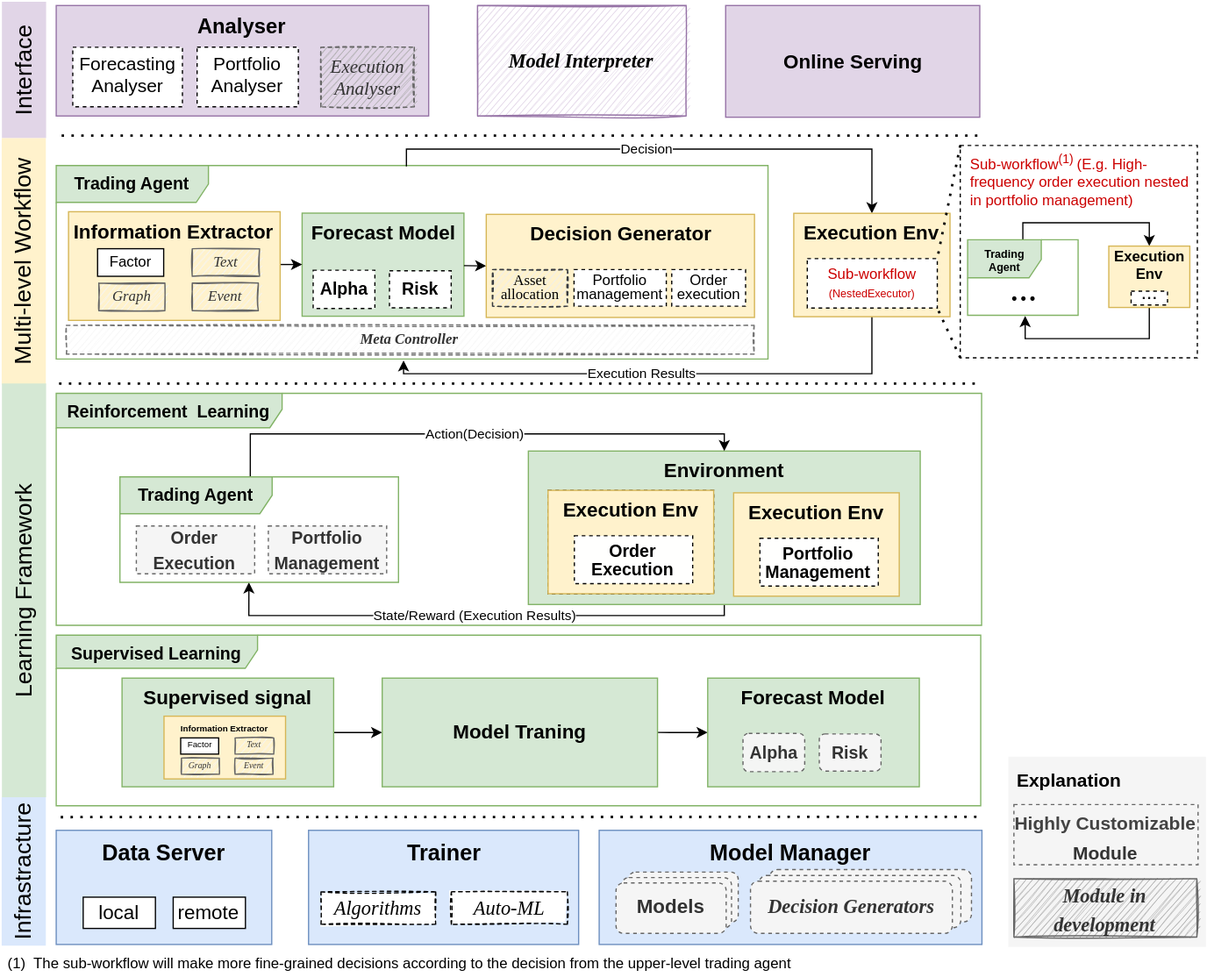
Above: docs/_static/img/framework.svg in microsoft/qlib (draw.io), before the change. Source tidied: cells renumbered, new cells last; positions are measured from the earlier drawing's top-left corner, leaving out a move shared by most shapes.
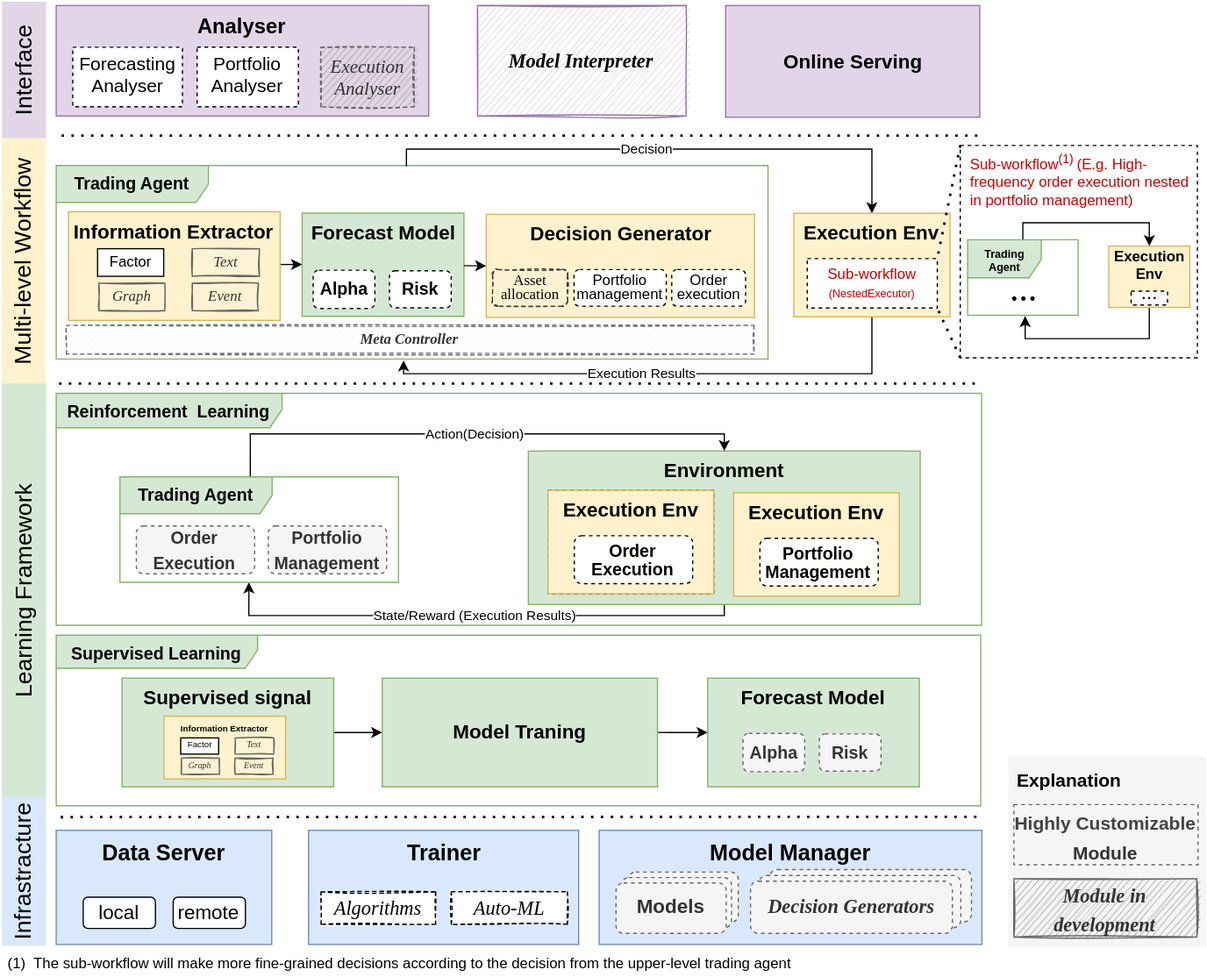
After the change.

Change to the diagram source:
```diff
@@ -81,19 +81,19 @@
     <mxCell id="24" value="&lt;font style=&quot;font-size: 12px;&quot;&gt;&lt;span style=&quot;font-size: 12px;&quot;&gt;Text&lt;/span&gt;&lt;/font&gt;" style="rounded=0;whiteSpace=wrap;html=1;fontFamily=Comic Sans MS;sketch=1;fontSize=12;fillColor=#f5f5f5;strokeColor=#666666;fontColor=#333333;fontStyle=2;" parent="1" vertex="1">
       <mxGeometry x="155" y="201.1" width="54.8" height="22.5" as="geometry" />
     </mxCell>
-    <mxCell id="25" value="&lt;b style=&quot;font-size: 14px ; line-height: 100%&quot;&gt;Risk&lt;br&gt;&lt;/b&gt;" style="rounded=0;whiteSpace=wrap;html=1;dashed=1;fontSize=10;fontFamily=Helvetica;fillColor=default;strokeColor=default;fontColor=default;spacingBottom=0;spacing=-3;" parent="1" vertex="1">
+    <mxCell id="25" value="&lt;b style=&quot;font-size: 14px ; line-height: 100%&quot;&gt;Risk&lt;br&gt;&lt;/b&gt;" style="rounded=1;whiteSpace=wrap;html=1;dashed=1;fontSize=10;fontFamily=Helvetica;fillColor=default;strokeColor=default;fontColor=default;spacingBottom=0;spacing=-3;glass=0;" parent="1" vertex="1">
       <mxGeometry x="315.7" y="219.1" width="50.3" height="30.2" as="geometry" />
     </mxCell>
-    <mxCell id="26" value="&lt;b style=&quot;font-size: 14px&quot;&gt;Alpha&lt;br&gt;&lt;/b&gt;" style="rounded=0;whiteSpace=wrap;html=1;dashed=1;fontSize=10;fontFamily=Helvetica;fillColor=default;strokeColor=default;fontColor=default;opacity=99;spacingBottom=0;spacing=-3;" parent="1" vertex="1">
+    <mxCell id="26" value="&lt;b style=&quot;font-size: 14px&quot;&gt;Alpha&lt;br&gt;&lt;/b&gt;" style="rounded=1;whiteSpace=wrap;html=1;dashed=1;fontSize=10;fontFamily=Helvetica;fillColor=default;strokeColor=default;fontColor=default;opacity=99;spacingBottom=0;spacing=-3;" parent="1" vertex="1">
       <mxGeometry x="253.5" y="218.6" width="50.3" height="31.2" as="geometry" />
     </mxCell>
     <mxCell id="27" value="&lt;b style=&quot;font-size: 18px&quot;&gt;Data Server&lt;br style=&quot;font-size: 18px&quot;&gt;&lt;/b&gt;" style="rounded=0;whiteSpace=wrap;html=1;fillColor=#dae8fc;strokeColor=#6c8ebf;verticalAlign=top;spacingTop=0;fontSize=18;fontFamily=Helvetica;spacing=4;" parent="1" vertex="1">
       <mxGeometry x="44.2" y="675" width="175.6" height="93" as="geometry" />
     </mxCell>
-    <mxCell id="28" value="&lt;font style=&quot;font-size: 16px&quot;&gt;local&lt;/font&gt;" style="rounded=0;whiteSpace=wrap;html=1;fontFamily=Helvetica;fontSize=16;" parent="1" vertex="1">
+    <mxCell id="28" value="&lt;font style=&quot;font-size: 16px&quot;&gt;local&lt;/font&gt;" style="rounded=1;whiteSpace=wrap;html=1;fontFamily=Helvetica;fontSize=16;" parent="1" vertex="1">
       <mxGeometry x="66.2" y="729.5" width="58.8" height="25.5" as="geometry" />
     </mxCell>
-    <mxCell id="29" value="&lt;font style=&quot;font-size: 16px&quot;&gt;remote&lt;/font&gt;" style="rounded=0;whiteSpace=wrap;html=1;fontFamily=Helvetica;fontSize=16;" parent="1" vertex="1">
+    <mxCell id="29" value="&lt;font style=&quot;font-size: 16px&quot;&gt;remote&lt;/font&gt;" style="rounded=1;whiteSpace=wrap;html=1;fontFamily=Helvetica;fontSize=16;" parent="1" vertex="1">
       <mxGeometry x="139.5" y="729.5" width="58.8" height="25.5" as="geometry" />
     </mxCell>
     <mxCell id="30" style="group;" parent="1" vertex="1">
@@ -141,7 +141,7 @@
     <mxCell id="44" value="&lt;b style=&quot;font-size: 16px&quot;&gt;Decision Generator&lt;br&gt;&lt;/b&gt;" style="rounded=0;whiteSpace=wrap;html=1;fillColor=#fff2cc;strokeColor=#d6b656;verticalAlign=top;spacingTop=0;fontFamily=Helvetica;" parent="1" vertex="1">
       <mxGeometry x="394.5" y="173.1" width="218.5" height="84" as="geometry" />
     </mxCell>
-    <mxCell id="45" value="&lt;span&gt;&lt;font style=&quot;line-height: 0% ; font-size: 12px&quot;&gt;Order execution&lt;br style=&quot;font-size: 10px&quot;&gt;&lt;/font&gt;&lt;/span&gt;" style="rounded=0;whiteSpace=wrap;html=1;spacingBottom=0;spacing=-3;verticalAlign=middle;fontSize=10;fontFamily=Helvetica;dashed=1;sketch=0;fillColor=default;strokeColor=default;" parent="1" vertex="1">
+    <mxCell id="45" value="&lt;span&gt;&lt;font style=&quot;line-height: 0% ; font-size: 12px&quot;&gt;Order execution&lt;br style=&quot;font-size: 10px&quot;&gt;&lt;/font&gt;&lt;/span&gt;" style="rounded=1;whiteSpace=wrap;html=1;spacingBottom=0;spacing=-3;verticalAlign=middle;fontSize=10;fontFamily=Helvetica;dashed=1;sketch=0;fillColor=default;strokeColor=default;" parent="1" vertex="1">
       <mxGeometry x="545.6" y="218.1" width="60.2" height="29.9" as="geometry" />
     </mxCell>
     <mxCell id="46" value="Execution Results" style="edgeStyle=elbowEdgeStyle;rounded=0;jettySize=auto;elbow=vertical;html=1;entryX=0.488;entryY=1.007;entryDx=0;entryDy=0;entryPerimeter=0;" parent="1" edge="1" source="47" target="4">
@@ -205,10 +205,10 @@
     <mxCell id="61" value="&lt;span&gt;(1)&amp;nbsp; The sub-workflow will make more f&lt;/span&gt;ine-grained decisions according to the decision from the upper-level trading agent" style="text;html=1;strokeColor=none;fillColor=none;align=left;verticalAlign=middle;whiteSpace=wrap;rounded=0;" parent="1" vertex="1">
       <mxGeometry x="2.7" y="774" width="967" height="20" as="geometry" />
     </mxCell>
-    <mxCell id="62" value="&lt;span&gt;&lt;font style=&quot;line-height: 0% ; font-size: 12px&quot;&gt;Portfolio management&lt;br style=&quot;font-size: 10px&quot;&gt;&lt;/font&gt;&lt;/span&gt;" style="rounded=0;whiteSpace=wrap;html=1;spacingBottom=0;spacing=-3;verticalAlign=middle;fontSize=10;fontFamily=Helvetica;dashed=1;" parent="1" vertex="1">
+    <mxCell id="62" value="&lt;span&gt;&lt;font style=&quot;line-height: 0% ; font-size: 12px&quot;&gt;Portfolio management&lt;br style=&quot;font-size: 10px&quot;&gt;&lt;/font&gt;&lt;/span&gt;" style="rounded=1;whiteSpace=wrap;html=1;spacingBottom=0;spacing=-3;verticalAlign=middle;fontSize=10;fontFamily=Helvetica;dashed=1;" parent="1" vertex="1">
       <mxGeometry x="466" y="218.1" width="75.2" height="29.9" as="geometry" />
     </mxCell>
-    <mxCell id="63" value="&lt;span&gt;&lt;font style=&quot;line-height: 0% ; font-size: 12px&quot;&gt;Asset allocation&lt;br style=&quot;font-size: 10px&quot;&gt;&lt;/font&gt;&lt;/span&gt;" style="rounded=0;whiteSpace=wrap;html=1;spacingBottom=0;spacing=-3;verticalAlign=middle;fontSize=10;fontFamily=Comic Sans MS;dashed=1;sketch=1;fillColor=#eeeeee;strokeColor=#36393d;" parent="1" vertex="1">
+    <mxCell id="63" value="&lt;span&gt;&lt;font style=&quot;line-height: 0% ; font-size: 12px&quot;&gt;Asset allocation&lt;br style=&quot;font-size: 10px&quot;&gt;&lt;/font&gt;&lt;/span&gt;" style="rounded=1;whiteSpace=wrap;html=1;spacingBottom=0;spacing=-3;verticalAlign=middle;fontSize=10;fontFamily=Comic Sans MS;dashed=1;sketch=1;fillColor=#eeeeee;strokeColor=#36393d;" parent="1" vertex="1">
       <mxGeometry x="399.6" y="218.1" width="61.2" height="29.9" as="geometry" />
     </mxCell>
     <mxCell id="64" value="&lt;b style=&quot;font-size: 9px&quot;&gt;&lt;font style=&quot;font-size: 9px&quot;&gt;Trading&lt;br&gt;Agent&lt;/font&gt;&lt;/b&gt;" style="shape=umlFrame;whiteSpace=wrap;html=1;fillColor=#d5e8d4;rounded=0;fontSize=9;strokeColor=#82b366;verticalAlign=top;spacingTop=0;width=60;height=31;" parent="1" vertex="1">
@@ -290,7 +290,7 @@
     <mxCell id="85" value="&lt;b&gt;&lt;font style=&quot;font-size: 16px&quot;&gt;Execution Env&lt;/font&gt;&lt;/b&gt;" style="rounded=0;whiteSpace=wrap;html=1;fillColor=#fff2cc;strokeColor=#d6b656;verticalAlign=top;spacingTop=0;fontFamily=Helvetica;" parent="84" vertex="1">
       <mxGeometry width="134.9" height="84.2" as="geometry" />
     </mxCell>
-    <mxCell id="86" value="&lt;b style=&quot;font-size: 14px; line-height: 1;&quot;&gt;Order Execution&lt;br&gt;&lt;/b&gt;" style="rounded=0;whiteSpace=wrap;html=1;dashed=1;fontSize=10;fontFamily=Helvetica;fillColor=default;strokeColor=default;fontColor=default;opacity=99;spacingBottom=0;spacing=-3;" parent="84" vertex="1">
+    <mxCell id="86" value="&lt;b style=&quot;font-size: 14px; line-height: 1;&quot;&gt;Order Execution&lt;br&gt;&lt;/b&gt;" style="rounded=1;whiteSpace=wrap;html=1;dashed=1;fontSize=10;fontFamily=Helvetica;fillColor=default;strokeColor=default;fontColor=default;opacity=99;spacingBottom=0;spacing=-3;" parent="84" vertex="1">
       <mxGeometry x="21.4" y="37" width="96.4" height="39" as="geometry" />
     </mxCell>
     <mxCell id="87" style="group;" parent="1" vertex="1">
@@ -299,13 +299,13 @@
     <mxCell id="88" value="&lt;b&gt;&lt;font style=&quot;font-size: 16px&quot;&gt;Execution Env&lt;/font&gt;&lt;/b&gt;" style="rounded=0;whiteSpace=wrap;html=1;fillColor=#fff2cc;strokeColor=#d6b656;verticalAlign=top;spacingTop=0;fontFamily=Helvetica;" parent="87" vertex="1">
       <mxGeometry width="134.9" height="84.2" as="geometry" />
     </mxCell>
-    <mxCell id="89" value="&lt;b style=&quot;font-size: 14px; line-height: 1;&quot;&gt;Portfolio Management&lt;br&gt;&lt;/b&gt;" style="rounded=0;whiteSpace=wrap;html=1;dashed=1;fontSize=10;fontFamily=Helvetica;fillColor=default;strokeColor=default;fontColor=default;opacity=99;spacingBottom=0;spacing=-3;" parent="87" vertex="1">
+    <mxCell id="89" value="&lt;b style=&quot;font-size: 14px; line-height: 1;&quot;&gt;Portfolio Management&lt;br&gt;&lt;/b&gt;" style="rounded=1;whiteSpace=wrap;html=1;dashed=1;fontSize=10;fontFamily=Helvetica;fillColor=default;strokeColor=default;fontColor=default;opacity=99;spacingBottom=0;spacing=-3;" parent="87" vertex="1">
       <mxGeometry x="21.4" y="37" width="96.4" height="39" as="geometry" />
     </mxCell>
-    <mxCell id="90" value="&lt;b style=&quot;font-size: 14px; line-height: 1;&quot;&gt;Order Execution&lt;br&gt;&lt;/b&gt;" style="rounded=0;whiteSpace=wrap;html=1;dashed=1;fontSize=17;fontFamily=Helvetica;fillColor=#f5f5f5;strokeColor=#666666;fontColor=#333333;opacity=99;" parent="1" vertex="1">
+    <mxCell id="90" value="&lt;b style=&quot;font-size: 14px; line-height: 1;&quot;&gt;Order Execution&lt;br&gt;&lt;/b&gt;" style="rounded=1;whiteSpace=wrap;html=1;dashed=1;fontSize=17;fontFamily=Helvetica;fillColor=#f5f5f5;strokeColor=#666666;fontColor=#333333;opacity=99;" parent="1" vertex="1">
       <mxGeometry x="109.5" y="427" width="96.4" height="39" as="geometry" />
     </mxCell>
-    <mxCell id="91" value="&lt;b style=&quot;font-size: 14px; line-height: 1;&quot;&gt;Portfolio Management&lt;br&gt;&lt;/b&gt;" style="rounded=0;whiteSpace=wrap;html=1;dashed=1;fontSize=17;fontFamily=Helvetica;fillColor=#f5f5f5;strokeColor=#666666;fontColor=#333333;opacity=99;" parent="1" vertex="1">
+    <mxCell id="91" value="&lt;b style=&quot;font-size: 14px; line-height: 1;&quot;&gt;Portfolio Management&lt;br&gt;&lt;/b&gt;" style="rounded=1;whiteSpace=wrap;html=1;dashed=1;fontSize=17;fontFamily=Helvetica;fillColor=#f5f5f5;strokeColor=#666666;fontColor=#333333;opacity=99;" parent="1" vertex="1">
       <mxGeometry x="217" y="427" width="96.4" height="39" as="geometry" />
     </mxCell>
     <mxCell id="92" value="&lt;b&gt;&lt;font face=&quot;Garamond&quot; style=&quot;font-size: 22px;&quot;&gt;…&lt;/font&gt;&lt;/b&gt;" style="text;html=1;align=center;verticalAlign=middle;strokeColor=none;fillColor=none;fontSize=9;fontFamily=Helvetica;" parent="1" vertex="1">
```
